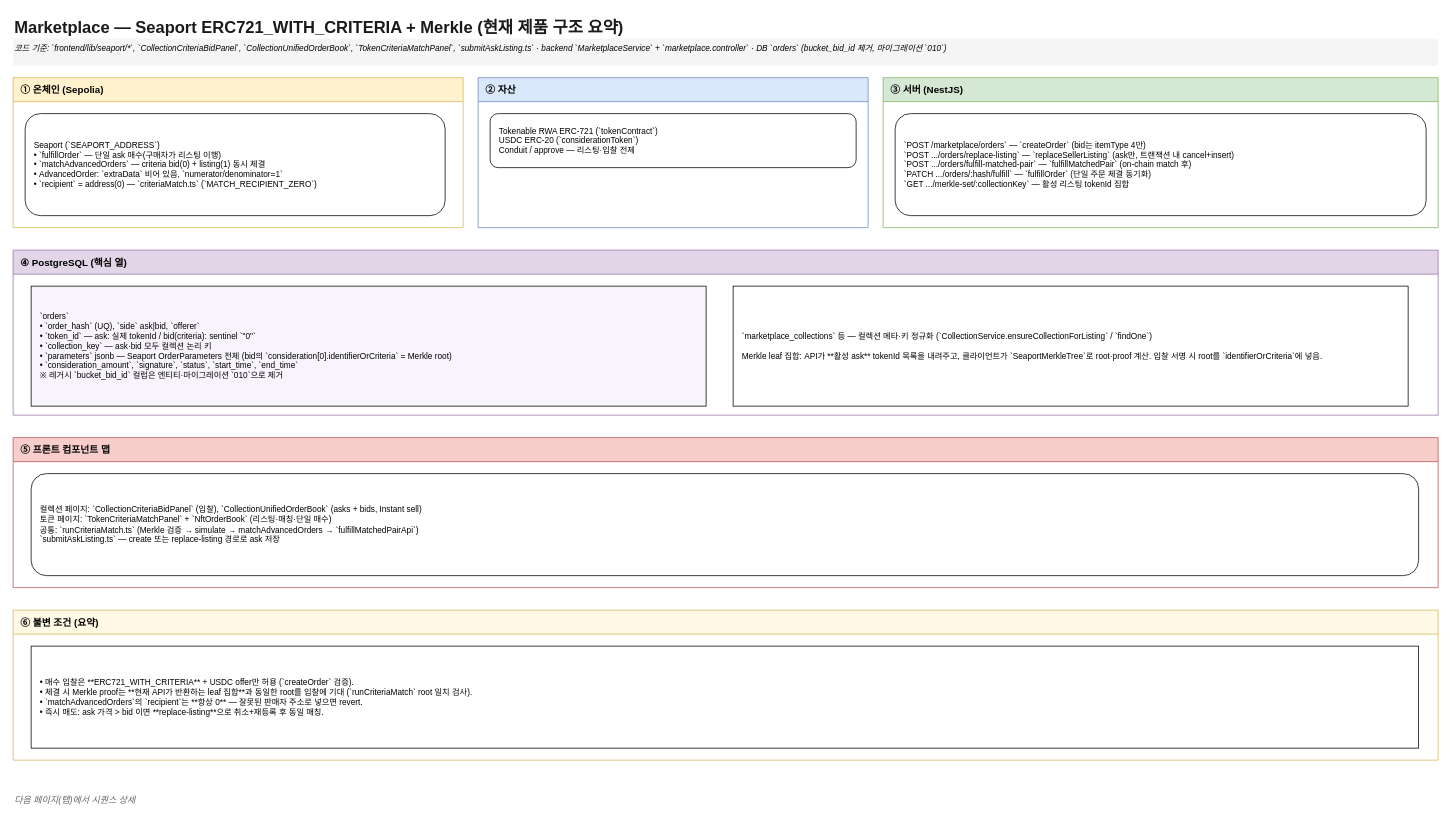
Earlier version of the draw.io diagram page "1 — 액터·레이어·저장소" (1 of 2) of docs/diagrams/marketplace-seaport-criteria-architecture.drawio (tokenable-dev/tokenable-dev). Source tidied: cells renumbered, new cells numbered last; positions are measured from the earlier drawing's top-left corner, leaving out a move shared by most shapes. Both pictures are drawn from the tidied source at 75%, with x=0, y=0 at pixel (13, 13).
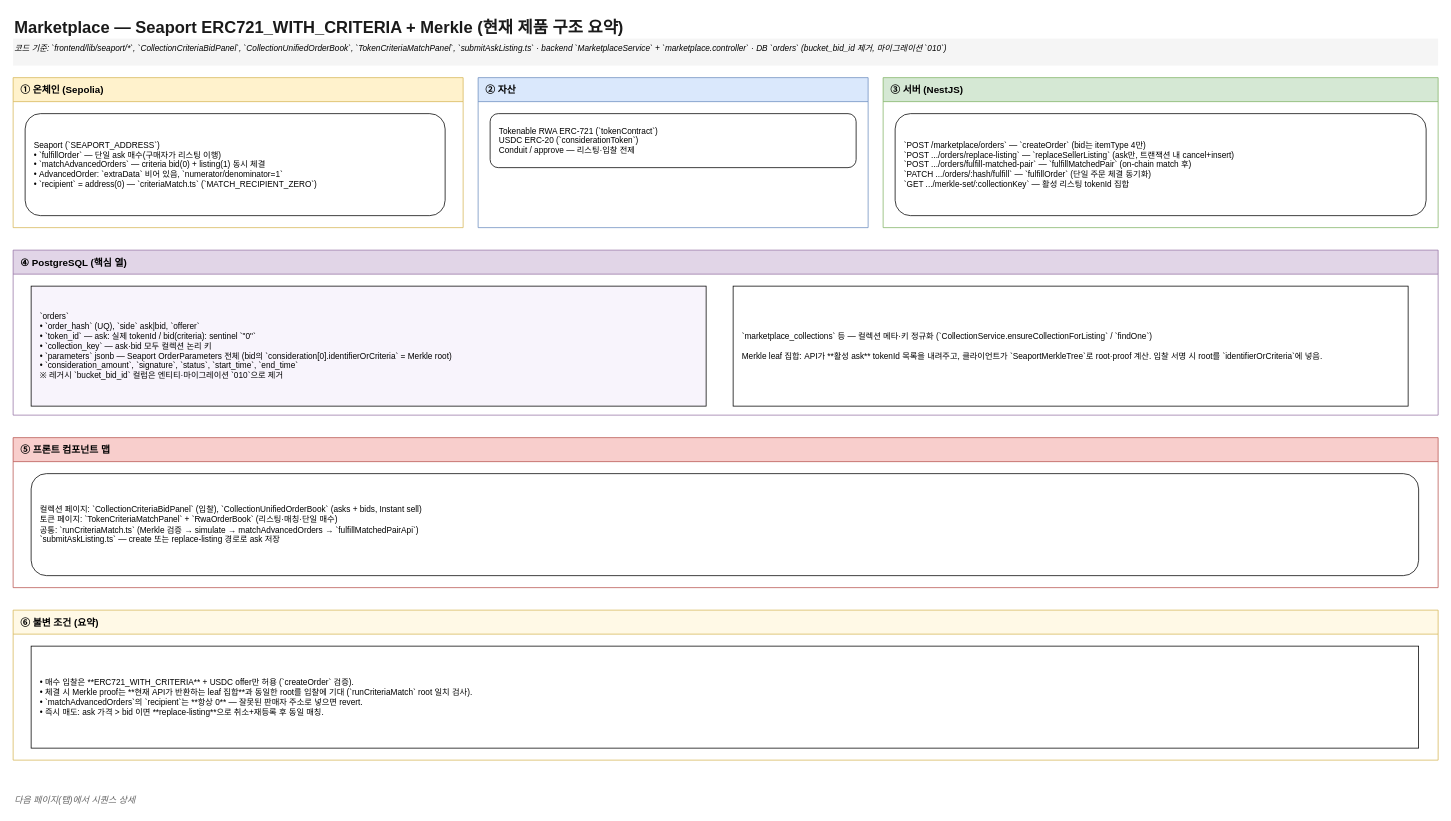
The same page after the edit.

Change to the diagram source:
```diff
@@
 <mxGraphModel>
   <root>
     <mxCell id="0" />
     <mxCell id="1" parent="0" />
     <mxCell id="2" value="Marketplace — Seaport ERC721_WITH_CRITERIA + Merkle (현재 제품 구조 요약)" style="text;html=1;fontSize=22;fontStyle=1;align=left;fontColor=#1a1a1a;" parent="1" vertex="1">
       <mxGeometry width="1200" height="36" as="geometry" />
     </mxCell>
     <mxCell id="3" value="코드 기준: `frontend/lib/seaport/*`, `CollectionCriteriaBidPanel`, `CollectionUnifiedOrderBook`, `TokenCriteriaMatchPanel`, `submitAskListing.ts` · backend `MarketplaceService` + `marketplace.controller` · DB `orders` (bucket_bid_id 제거, 마이그레이션 `010`)" style="text;html=1;fontSize=11;fontStyle=2;align=left;fillColor=#f5f5f5;" parent="1" vertex="1">
       <mxGeometry y="34" width="1900" height="36" as="geometry" />
     </mxCell>
     <mxCell id="4" value="① 온체인 (Sepolia)" style="swimlane;horizontal=1;startSize=32;fillColor=#fff2cc;strokeColor=#d6b656;fontStyle=1;fontSize=13;align=left;spacingLeft=8;" parent="1" vertex="1">
       <mxGeometry y="86" width="600" height="200" as="geometry" />
     </mxCell>
     <mxCell id="5" value="Seaport (`SEAPORT_ADDRESS`)&#10;• `fulfillOrder` — 단일 ask 매수(구매자가 리스팅 이행)&#10;• `matchAdvancedOrders` — criteria bid(0) + listing(1) 동시 체결&#10;• AdvancedOrder: `extraData` 비어 있음, `numerator/denominator=1`&#10;• `recipient` = address(0) — `criteriaMatch.ts` (`MATCH_RECIPIENT_ZERO`)" style="rounded=1;whiteSpace=wrap;html=1;align=left;spacingLeft=10;fontSize=11;fillColor=#ffffff;" parent="4" vertex="1">
       <mxGeometry x="16" y="48" width="560" height="136" as="geometry" />
     </mxCell>
     <mxCell id="6" value="② 자산" style="swimlane;horizontal=1;startSize=32;fillColor=#dae8fc;strokeColor=#6c8ebf;fontStyle=1;fontSize=13;align=left;spacingLeft=8;" parent="1" vertex="1">
       <mxGeometry x="620" y="86" width="520" height="200" as="geometry" />
     </mxCell>
     <mxCell id="7" value="Tokenable RWA ERC-721 (`tokenContract`)&#10;USDC ERC-20 (`considerationToken`)&#10;Conduit / approve — 리스팅·입찰 전제" style="rounded=1;whiteSpace=wrap;html=1;align=left;spacingLeft=10;fontSize=11;fillColor=#ffffff;" parent="6" vertex="1">
       <mxGeometry x="16" y="48" width="488" height="72" as="geometry" />
     </mxCell>
     <mxCell id="8" value="③ 서버 (NestJS)" style="swimlane;horizontal=1;startSize=32;fillColor=#d5e8d4;strokeColor=#82b366;fontStyle=1;fontSize=13;align=left;spacingLeft=8;" parent="1" vertex="1">
       <mxGeometry x="1160" y="86" width="740" height="200" as="geometry" />
     </mxCell>
     <mxCell id="9" value="`POST /marketplace/orders` — `createOrder` (bid는 itemType 4만)&#10;`POST .../orders/replace-listing` — `replaceSellerListing` (ask만, 트랜잭션 내 cancel+insert)&#10;`POST .../orders/fulfill-matched-pair` — `fulfillMatchedPair` (on-chain match 후)&#10;`PATCH .../orders/:hash/fulfill` — `fulfillOrder` (단일 주문 체결 동기화)&#10;`GET .../merkle-set/:collectionKey` — 활성 리스팅 tokenId 집합" style="rounded=1;whiteSpace=wrap;html=1;align=left;spacingLeft=10;fontSize=11;fillColor=#ffffff;" parent="8" vertex="1">
       <mxGeometry x="16" y="48" width="708" height="136" as="geometry" />
     </mxCell>
     <mxCell id="10" value="④ PostgreSQL (핵심 열)" style="swimlane;horizontal=1;startSize=32;fillColor=#e1d5e7;strokeColor=#9673a6;fontStyle=1;fontSize=13;align=left;spacingLeft=8;" parent="1" vertex="1">
       <mxGeometry y="316" width="1900" height="220" as="geometry" />
     </mxCell>
     <mxCell id="11" value="`orders`&#10;• `order_hash` (UQ), `side` ask|bid, `offerer`&#10;• `token_id` — ask: 실제 tokenId / bid(criteria): sentinel `&quot;0&quot;`&#10;• `collection_key` — ask·bid 모두 컬렉션 논리 키&#10;• `parameters` jsonb — Seaport OrderParameters 전체 (bid의 `consideration[0].identifierOrCriteria` = Merkle root)&#10;• `consideration_amount`, `signature`, `status`, `start_time`, `end_time`&#10;※ 레거시 `bucket_bid_id` 컬럼은 엔티티·마이그레이션 `010`으로 제거" style="rounded=0;whiteSpace=wrap;html=1;align=left;spacingLeft=10;fontSize=11;fillColor=#f8f4fc;" parent="10" vertex="1">
       <mxGeometry x="24" y="48" width="900" height="160" as="geometry" />
     </mxCell>
     <mxCell id="12" value="`marketplace_collections` 등 — 컬렉션 메타·키 정규화 (`CollectionService.ensureCollectionForListing` / `findOne`)&#10;&#10;Merkle leaf 집합: API가 **활성 ask** tokenId 목록을 내려주고, 클라이언트가 `SeaportMerkleTree`로 root·proof 계산. 입찰 서명 시 root를 `identifierOrCriteria`에 넣음." style="rounded=0;whiteSpace=wrap;html=1;align=left;spacingLeft=10;fontSize=11;fillColor=#ffffff;" parent="10" vertex="1">
       <mxGeometry x="960" y="48" width="900" height="160" as="geometry" />
     </mxCell>
     <mxCell id="13" value="⑤ 프론트 컴포넌트 맵" style="swimlane;horizontal=1;startSize=32;fillColor=#f8cecc;strokeColor=#b85450;fontStyle=1;fontSize=13;align=left;spacingLeft=8;" parent="1" vertex="1">
       <mxGeometry y="566" width="1900" height="200" as="geometry" />
     </mxCell>
-    <mxCell id="14" value="컬렉션 페이지: `CollectionCriteriaBidPanel` (입찰), `CollectionUnifiedOrderBook` (asks + bids, Instant sell)&#10;토큰 페이지: `TokenCriteriaMatchPanel` + `NftOrderBook` (리스팅·매칭·단일 매수)&#10;공통: `runCriteriaMatch.ts` (Merkle 검증 → simulate → matchAdvancedOrders → `fulfillMatchedPairApi`)&#10;`submitAskListing.ts` — create 또는 replace-listing 경로로 ask 저장" style="rounded=1;whiteSpace=wrap;html=1;align=left;spacingLeft=10;fontSize=11;fillColor=#ffffff;" parent="13" vertex="1">
+    <mxCell id="14" value="컬렉션 페이지: `CollectionCriteriaBidPanel` (입찰), `CollectionUnifiedOrderBook` (asks + bids, Instant sell)&#10;토큰 페이지: `TokenCriteriaMatchPanel` + `RwaOrderBook` (리스팅·매칭·단일 매수)&#10;공통: `runCriteriaMatch.ts` (Merkle 검증 → simulate → matchAdvancedOrders → `fulfillMatchedPairApi`)&#10;`submitAskListing.ts` — create 또는 replace-listing 경로로 ask 저장" style="rounded=1;whiteSpace=wrap;html=1;align=left;spacingLeft=10;fontSize=11;fillColor=#ffffff;" parent="13" vertex="1">
       <mxGeometry x="24" y="48" width="1850" height="136" as="geometry" />
     </mxCell>
     <mxCell id="15" value="⑥ 불변 조건 (요약)" style="swimlane;horizontal=1;startSize=32;fillColor=#fff9e6;strokeColor=#d6b656;fontStyle=1;fontSize=13;align=left;spacingLeft=8;" parent="1" vertex="1">
       <mxGeometry y="796" width="1900" height="200" as="geometry" />
     </mxCell>
     <mxCell id="16" value="• 매수 입찰은 **ERC721_WITH_CRITERIA** + USDC offer만 허용 (`createOrder` 검증).&#10;• 체결 시 Merkle proof는 **현재 API가 반환하는 leaf 집합**과 동일한 root를 입찰에 기대 (`runCriteriaMatch` root 일치 검사).&#10;• `matchAdvancedOrders`의 `recipient`는 **항상 0** — 잘못된 판매자 주소로 넣으면 revert.&#10;• 즉시 매도: ask 가격 &gt; bid 이면 **replace-listing**으로 취소+재등록 후 동일 매칭." style="rounded=0;whiteSpace=wrap;html=1;align=left;spacingLeft=10;fontSize=11;fillColor=#ffffff;" parent="15" vertex="1">
       <mxGeometry x="24" y="48" width="1850" height="136" as="geometry" />
     </mxCell>
     <mxCell id="17" value="다음 페이지(탭)에서 시퀀스 상세" style="text;html=1;fontSize=12;fontStyle=2;align=left;fontColor=#666666;" parent="1" vertex="1">
       <mxGeometry y="1036" width="400" height="24" as="geometry" />
     </mxCell>
   </root>
 </mxGraphModel>
```
